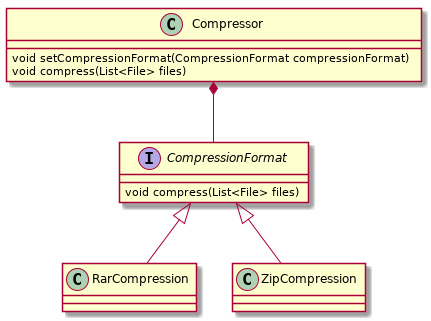
Above: plantuml/strategy.png in sauljabin/java-design-patterns (PlantUML), before the change. Source of this version:
```plantuml
@startuml

interface CompressionFormat {
    void compress(List<File> files)
}

class Compressor {
	void setCompressionFormat(CompressionFormat compressionFormat)
	void compress(List<File> files)
}

RarCompression -u-|> CompressionFormat
ZipCompression -u-|> CompressionFormat

Compressor *-d- CompressionFormat

@enduml
```
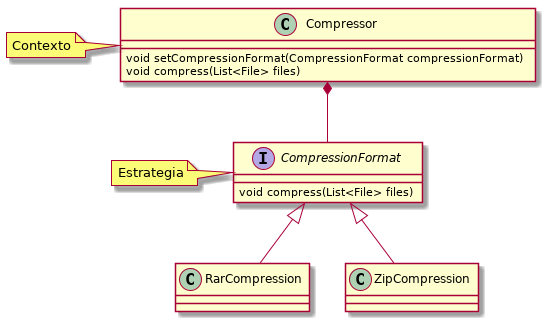
After the change.

Commit message:
Se atualiza imagen strategy

Change to the diagram source:
```diff
@@ -14,4 +14,10 @@
 
 Compressor *-d- CompressionFormat
 
+note "Estrategia" as NoteEstrategia
+CompressionFormat ..l.. NoteEstrategia
+
+note "Contexto" as NoteContexto
+Compressor ..l.. NoteContexto
+
 @enduml
```
